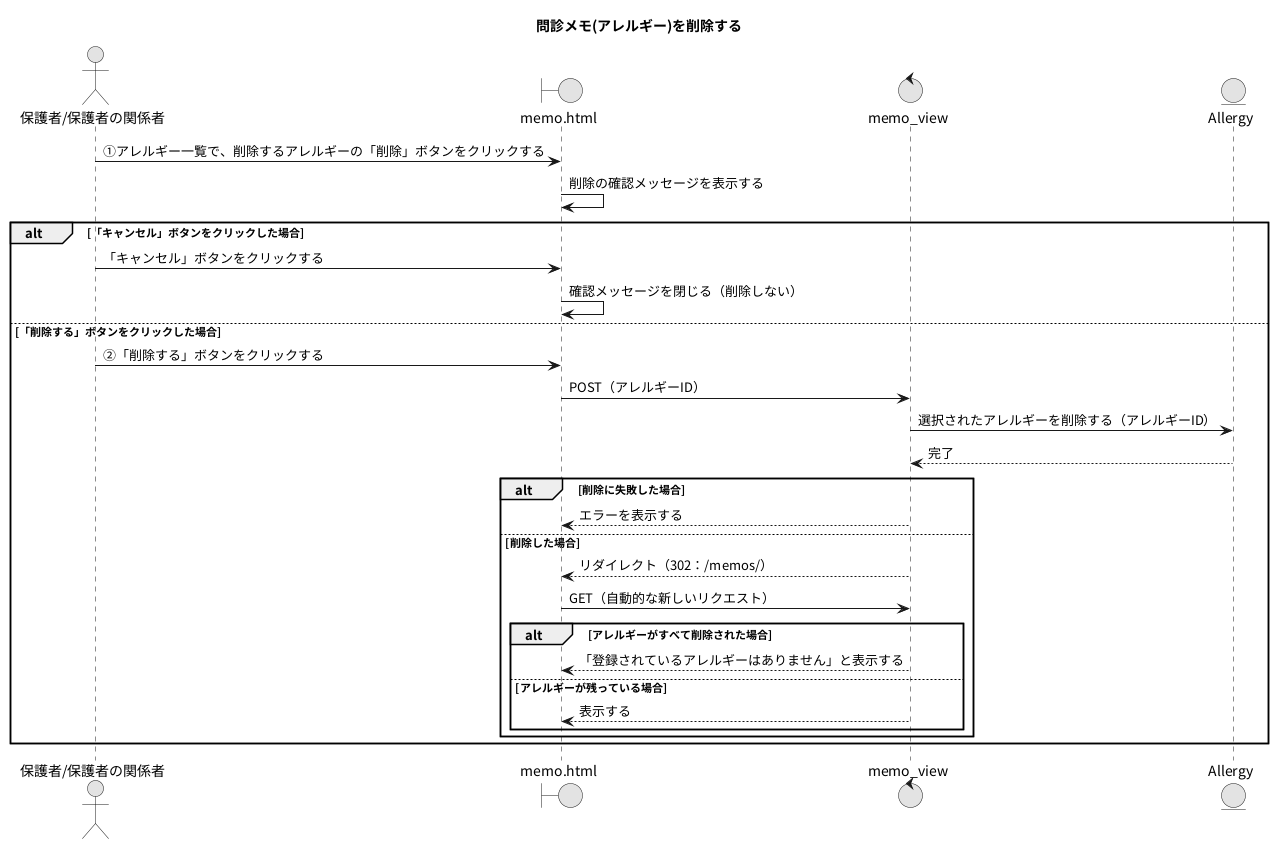
The PlantUML diagram PNG/18_問診メモ(アレルギー)を削除する.png in Ma2naga190330/26_sotugyou_puml, before a commit.
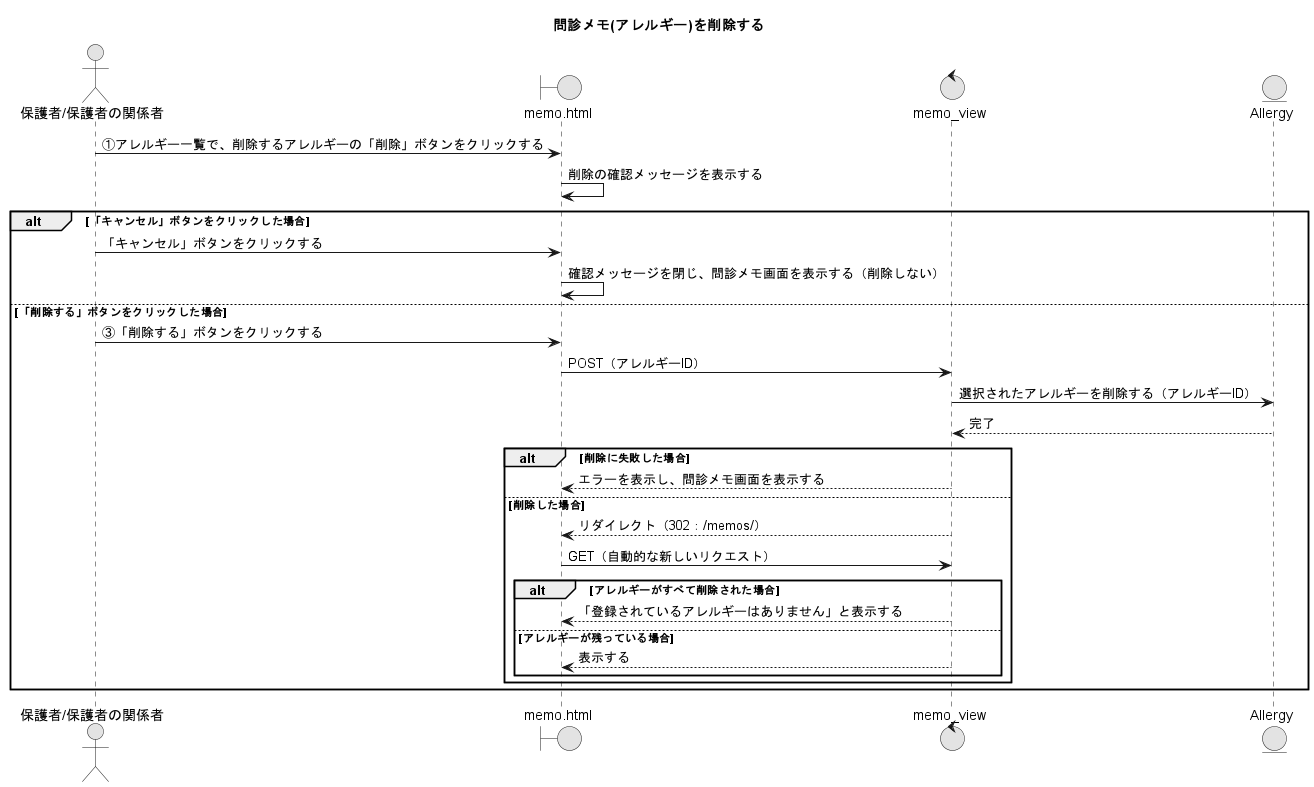
The same diagram one commit later.

What changed in the source:
```diff
@@ -13,14 +13,14 @@
 
 alt 「キャンセル」ボタンをクリックした場合
   A -> MP : 「キャンセル」ボタンをクリックする
-  MP -> MP : 確認メッセージを閉じる（削除しない）
+  MP -> MP : 確認メッセージを閉じ、問診メモ画面を表示する（削除しない）
 else 「削除する」ボタンをクリックした場合
-  A -> MP : ②「削除する」ボタンをクリックする
+  A -> MP : ③「削除する」ボタンをクリックする
   MP -> MV : POST（アレルギーID）
   MV -> AM : 選択されたアレルギーを削除する（アレルギーID）
   MV <-- AM : 完了
   alt 削除に失敗した場合
-    MV --> MP : エラーを表示する
+    MV --> MP : エラーを表示し、問診メモ画面を表示する
   else 削除した場合
     MV --> MP : リダイレクト（302：/memos/）
     MP -> MV : GET（自動的な新しいリクエスト）
```
